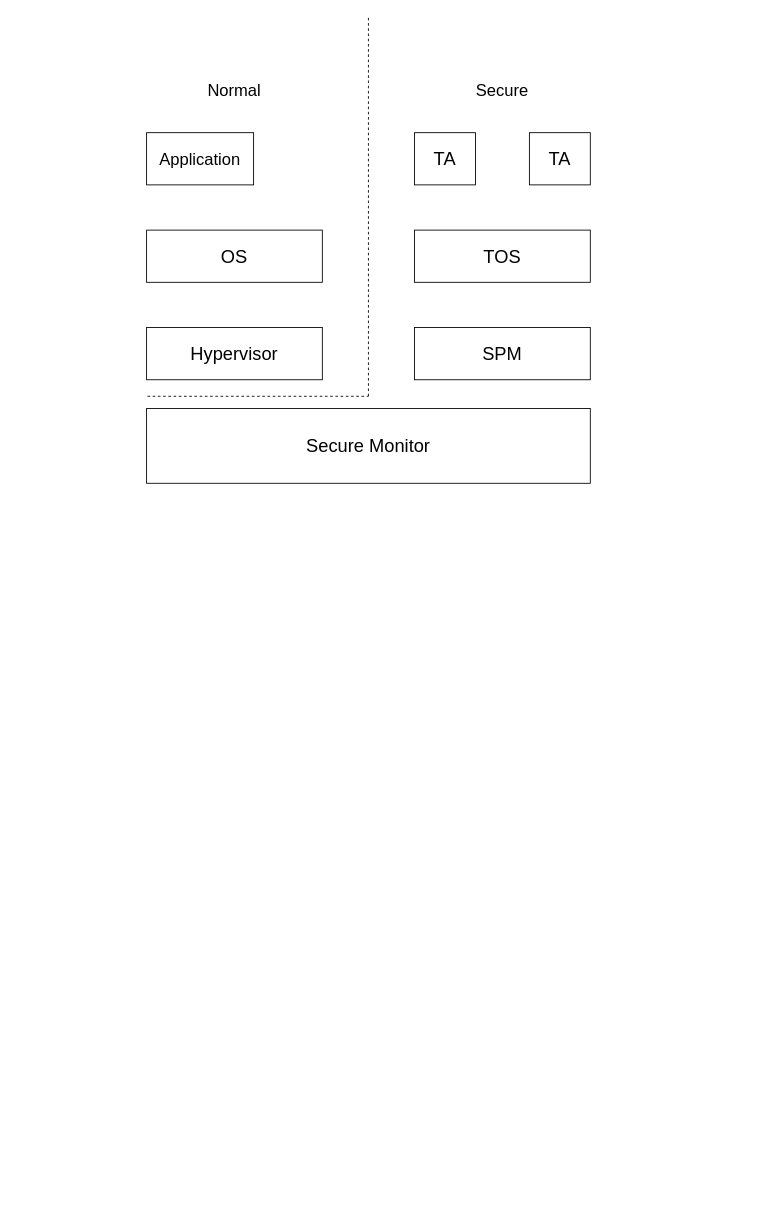
This is TrustZone.drawio from EdisonE3/vue_learn, a draw.io file, before an edit. Source tidied: cells renumbered, new cells numbered last; positions are measured from the earlier drawing's top-left corner, leaving out a move shared by most shapes. Both pictures are drawn from the tidied source at 87%, with x=0, y=0 at pixel (146, 15).
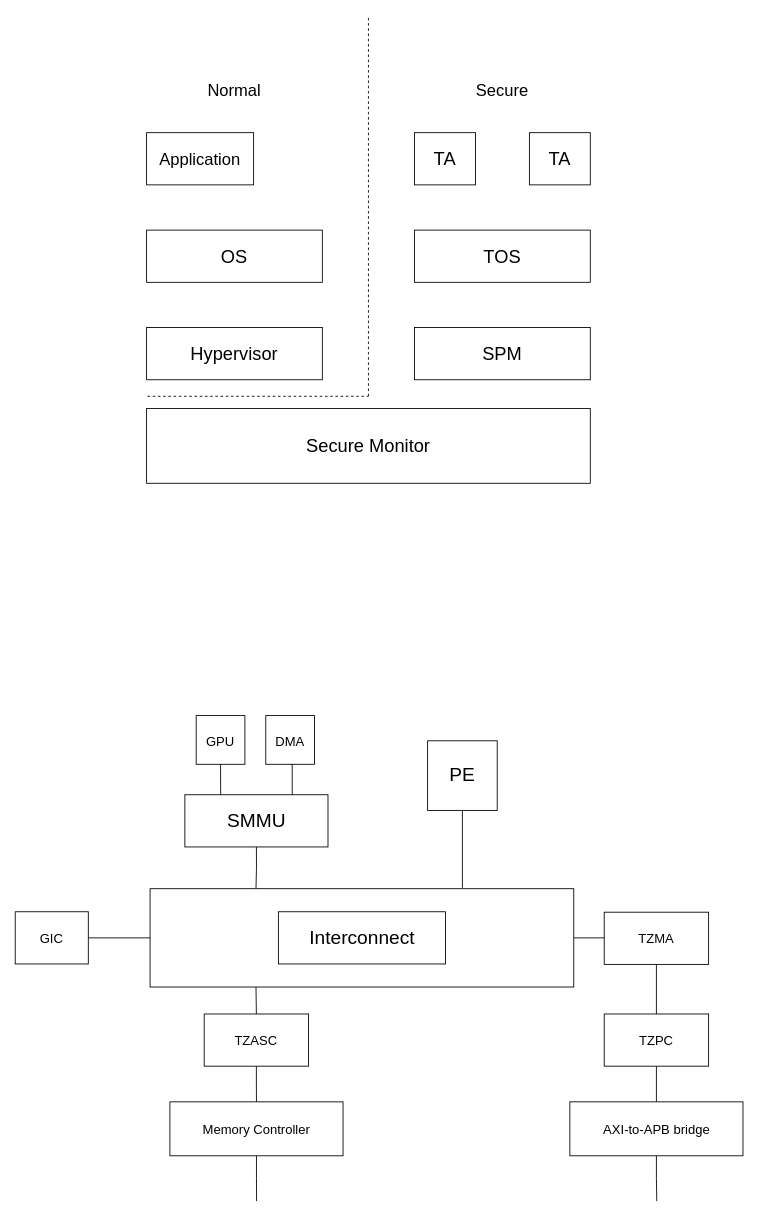
The same page after the edit.

Change to the diagram source:
```diff
@@
+    <mxCell id="14" style="edgeStyle=orthogonalEdgeStyle;rounded=0;jettySize=auto;html=1;exitX=0.25;exitY=1;exitDx=0;exitDy=0;entryX=0.5;entryY=0;entryDx=0;entryDy=0;fontSize=15;endArrow=none;endFill=0;" parent="1" edge="1" source="16" target="29">
+      <mxGeometry relative="1" as="geometry" />
+    </mxCell>
+    <mxCell id="15" style="edgeStyle=orthogonalEdgeStyle;rounded=0;jettySize=auto;html=1;exitX=1;exitY=0.5;exitDx=0;exitDy=0;entryX=0;entryY=0.5;entryDx=0;entryDy=0;fontSize=15;endArrow=none;endFill=0;" parent="1" edge="1" source="16" target="33">
+      <mxGeometry relative="1" as="geometry" />
+    </mxCell>
+    <mxCell id="16" style="rounded=0;whiteSpace=wrap;html=1;" parent="1" vertex="1">
+      <mxGeometry x="4" y="1004" width="487" height="113" as="geometry" />
+    </mxCell>
+    <mxCell id="17" style="edgeStyle=orthogonalEdgeStyle;rounded=0;jettySize=auto;html=1;exitX=0.5;exitY=1;exitDx=0;exitDy=0;fontSize=22;endArrow=none;endFill=0;" parent="1" edge="1" source="18">
+      <mxGeometry relative="1" as="geometry">
+        <mxPoint x="363" y="1003" as="targetPoint" />
+      </mxGeometry>
+    </mxCell>
+    <mxCell id="18" value="&lt;font style=&quot;font-size: 22px;&quot;&gt;PE&lt;/font&gt;" style="whiteSpace=wrap;html=1;" parent="1" vertex="1">
+      <mxGeometry x="323" y="834" width="80" height="80" as="geometry" />
+    </mxCell>
+    <mxCell id="19" value="Interconnect" style="rounded=0;whiteSpace=wrap;html=1;fontSize=22;" parent="1" vertex="1">
+      <mxGeometry x="151.5" y="1030.5" width="192" height="60" as="geometry" />
+    </mxCell>
+    <mxCell id="20" style="edgeStyle=orthogonalEdgeStyle;rounded=0;jettySize=auto;html=1;exitX=0.5;exitY=1;exitDx=0;exitDy=0;entryX=0.25;entryY=0;entryDx=0;entryDy=0;fontSize=22;endArrow=none;endFill=0;" parent="1" edge="1" source="21" target="16">
+      <mxGeometry relative="1" as="geometry" />
+    </mxCell>
+    <mxCell id="21" value="SMMU" style="rounded=0;whiteSpace=wrap;html=1;fontSize=22;" parent="1" vertex="1">
+      <mxGeometry x="44" y="896" width="164.5" height="60" as="geometry" />
+    </mxCell>
+    <mxCell id="22" style="edgeStyle=orthogonalEdgeStyle;rounded=0;jettySize=auto;html=1;exitX=0.5;exitY=1;exitDx=0;exitDy=0;entryX=0.25;entryY=0;entryDx=0;entryDy=0;fontSize=22;endArrow=none;endFill=0;" parent="1" edge="1" source="23" target="21">
+      <mxGeometry relative="1" as="geometry" />
+    </mxCell>
+    <mxCell id="23" value="&lt;font style=&quot;font-size: 15px;&quot;&gt;GPU&lt;/font&gt;" style="whiteSpace=wrap;html=1;fontSize=22;" parent="1" vertex="1">
+      <mxGeometry x="57" y="805" width="56" height="56" as="geometry" />
+    </mxCell>
+    <mxCell id="24" style="edgeStyle=orthogonalEdgeStyle;rounded=0;jettySize=auto;html=1;exitX=0.5;exitY=1;exitDx=0;exitDy=0;entryX=0.75;entryY=0;entryDx=0;entryDy=0;fontSize=22;endArrow=none;endFill=0;" parent="1" edge="1" source="25" target="21">
+      <mxGeometry relative="1" as="geometry" />
+    </mxCell>
+    <mxCell id="25" value="&lt;font style=&quot;font-size: 15px;&quot;&gt;DMA&lt;/font&gt;" style="whiteSpace=wrap;html=1;fontSize=22;" parent="1" vertex="1">
+      <mxGeometry x="137" y="805" width="56" height="56" as="geometry" />
+    </mxCell>
+    <mxCell id="26" style="edgeStyle=orthogonalEdgeStyle;rounded=0;jettySize=auto;html=1;exitX=1;exitY=0.5;exitDx=0;exitDy=0;entryX=0;entryY=0.5;entryDx=0;entryDy=0;fontSize=15;endArrow=none;endFill=0;" parent="1" edge="1" source="27" target="16">
+      <mxGeometry relative="1" as="geometry" />
+    </mxCell>
+    <mxCell id="27" value="GIC" style="rounded=0;whiteSpace=wrap;html=1;fontSize=15;" parent="1" vertex="1">
+      <mxGeometry x="-151" y="1030.5" width="84" height="60" as="geometry" />
+    </mxCell>
+    <mxCell id="28" style="edgeStyle=orthogonalEdgeStyle;rounded=0;jettySize=auto;html=1;exitX=0.5;exitY=1;exitDx=0;exitDy=0;entryX=0.5;entryY=0;entryDx=0;entryDy=0;fontSize=15;endArrow=none;endFill=0;" parent="1" edge="1" source="29" target="31">
+      <mxGeometry relative="1" as="geometry" />
+    </mxCell>
+    <mxCell id="29" value="TZASC" style="rounded=0;whiteSpace=wrap;html=1;fontSize=15;" parent="1" vertex="1">
+      <mxGeometry x="66.2" y="1148" width="120" height="60" as="geometry" />
+    </mxCell>
+    <mxCell id="30" style="edgeStyle=orthogonalEdgeStyle;rounded=0;jettySize=auto;html=1;exitX=0.5;exitY=1;exitDx=0;exitDy=0;fontSize=15;endArrow=none;endFill=0;" parent="1" edge="1" source="31">
+      <mxGeometry relative="1" as="geometry">
+        <mxPoint x="126.4" y="1363.1" as="targetPoint" />
+      </mxGeometry>
+    </mxCell>
+    <mxCell id="31" value="Memory Controller" style="rounded=0;whiteSpace=wrap;html=1;fontSize=15;" parent="1" vertex="1">
+      <mxGeometry x="26.8" y="1249" width="199" height="62" as="geometry" />
+    </mxCell>
+    <mxCell id="32" style="edgeStyle=orthogonalEdgeStyle;rounded=0;jettySize=auto;html=1;exitX=0.5;exitY=1;exitDx=0;exitDy=0;entryX=0.5;entryY=0;entryDx=0;entryDy=0;fontSize=15;endArrow=none;endFill=0;" parent="1" edge="1" source="33" target="35">
+      <mxGeometry relative="1" as="geometry" />
+    </mxCell>
+    <mxCell id="33" value="TZMA" style="rounded=0;whiteSpace=wrap;html=1;fontSize=15;" parent="1" vertex="1">
+      <mxGeometry x="526" y="1031" width="120" height="60" as="geometry" />
+    </mxCell>
+    <mxCell id="34" style="edgeStyle=orthogonalEdgeStyle;rounded=0;jettySize=auto;html=1;exitX=0.5;exitY=1;exitDx=0;exitDy=0;fontSize=15;endArrow=none;endFill=0;" parent="1" edge="1" source="35" target="37">
+      <mxGeometry relative="1" as="geometry" />
+    </mxCell>
+    <mxCell id="35" value="TZPC" style="rounded=0;whiteSpace=wrap;html=1;fontSize=15;" parent="1" vertex="1">
+      <mxGeometry x="526" y="1148" width="120" height="60" as="geometry" />
+    </mxCell>
+    <mxCell id="36" style="edgeStyle=orthogonalEdgeStyle;rounded=0;jettySize=auto;html=1;exitX=0.5;exitY=1;exitDx=0;exitDy=0;fontSize=15;endArrow=none;endFill=0;" parent="1" edge="1" source="37">
+      <mxGeometry relative="1" as="geometry">
+        <mxPoint x="586.4" y="1363.1" as="targetPoint" />
+      </mxGeometry>
+    </mxCell>
+    <mxCell id="37" value="AXI-to-APB bridge" style="rounded=0;whiteSpace=wrap;html=1;fontSize=15;" parent="1" vertex="1">
+      <mxGeometry x="486.5" y="1249" width="199" height="62" as="geometry" />
+    </mxCell>
```
